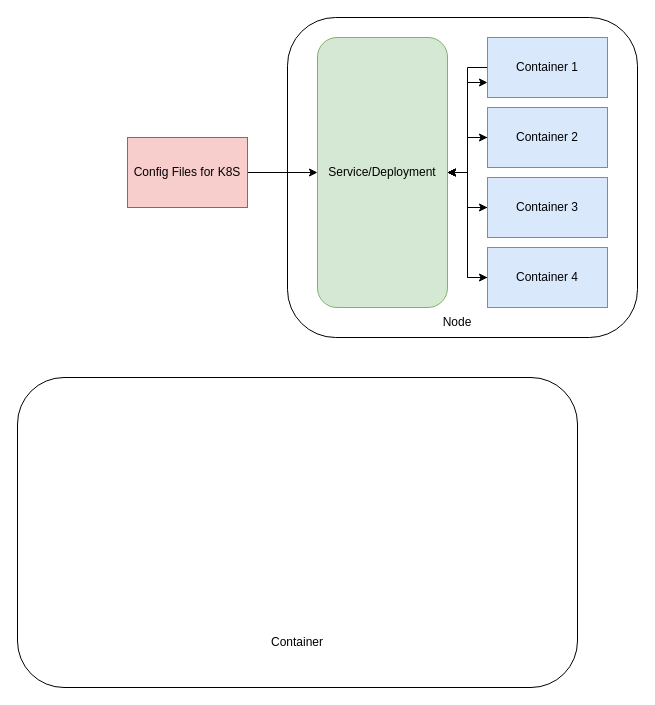
The draw.io diagram cts prodigi.drawio in AnmolVerma404/draw.io, before the edit. Source tidied: cells renumbered, new cells numbered last; positions are measured from the earlier drawing's top-left corner, leaving out a move shared by most shapes. Both pictures are drawn from the tidied source at 100%, with x=0, y=0 at pixel (17, 17).
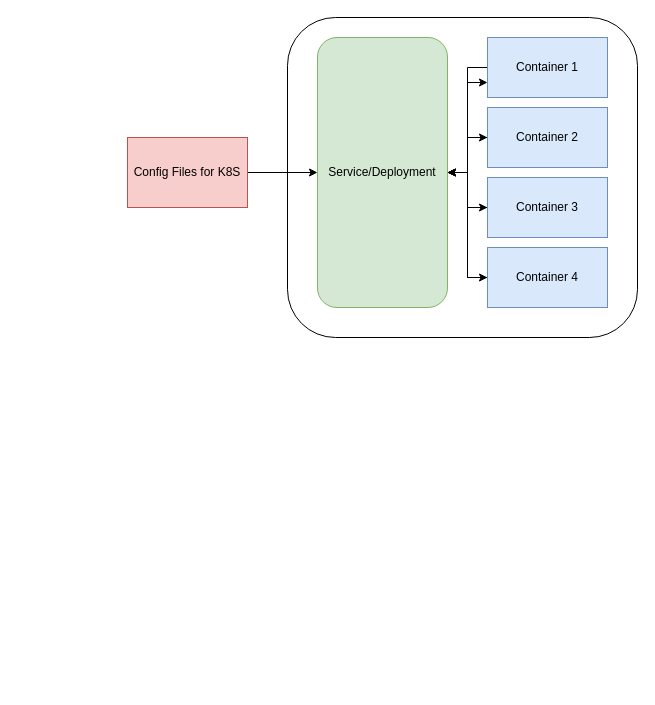
After the change.

The edit, as a diff of the source:
```diff
@@
-    <mxCell id="18" value="Node" style="text;html=1;strokeColor=none;fillColor=none;align=center;verticalAlign=middle;whiteSpace=wrap;rounded=0;" parent="1" vertex="1">
-      <mxGeometry x="410" y="290" width="60" height="30" as="geometry" />
-    </mxCell>
-    <mxCell id="19" style="rounded=1;whiteSpace=wrap;html=1;" parent="1" vertex="1">
-      <mxGeometry y="360" width="560" height="310" as="geometry" />
-    </mxCell>
-    <mxCell id="20" value="Container" style="text;html=1;strokeColor=none;fillColor=none;align=center;verticalAlign=middle;whiteSpace=wrap;rounded=0;" parent="1" vertex="1">
-      <mxGeometry x="250" y="610" width="60" height="30" as="geometry" />
-    </mxCell>
```
